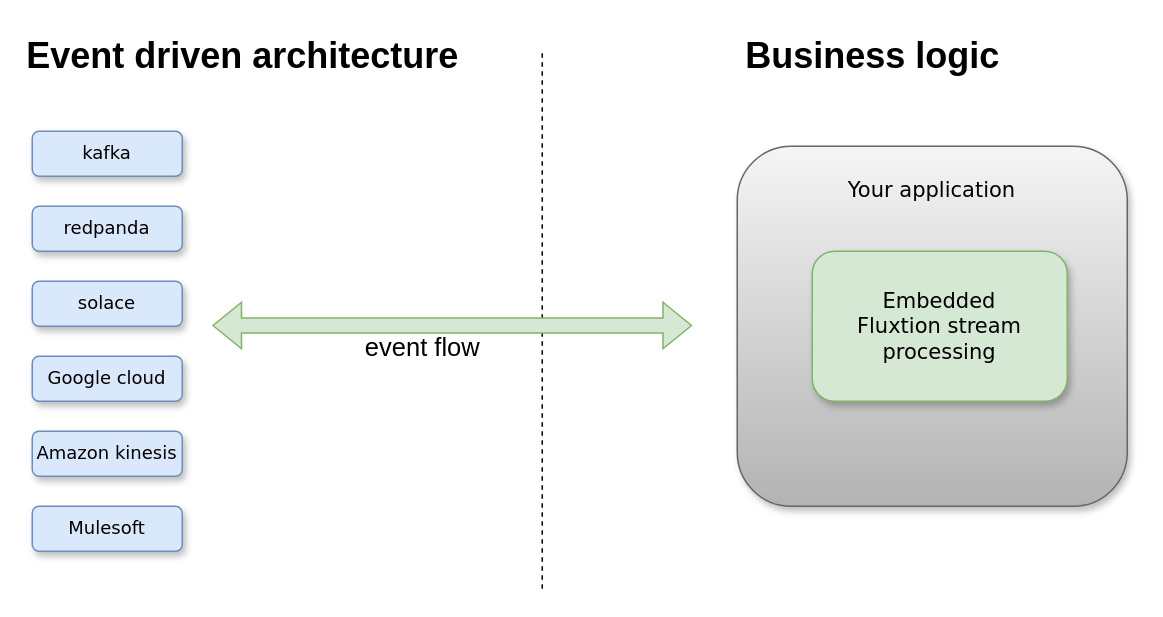
Above: page "embedding-fluxtion" (5 of 5) of docs/images/draw.io/integration_overview.drawio in v12technology/fluxtion (draw.io), before the change. Source tidied: cells renumbered, new cells numbered last; positions are measured from the earlier drawing's top-left corner, leaving out a move shared by most shapes. Both pictures are drawn from the tidied source at 150%, with x=0, y=0 at pixel (32, 26).
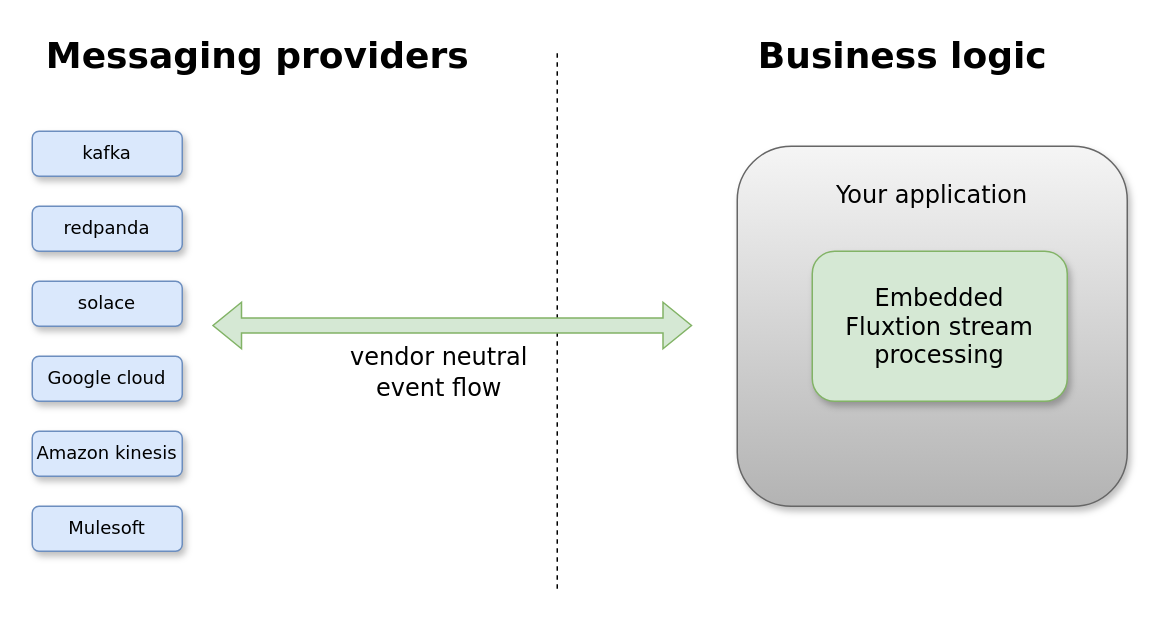
The same diagram, later.

Change to the diagram source:
```diff
@@
 <mxGraphModel>
   <root>
     <mxCell id="0" />
     <mxCell id="1" parent="0" />
     <mxCell id="2" value="kafka" style="rounded=1;whiteSpace=wrap;html=1;fillColor=#dae8fc;strokeColor=#6c8ebf;shadow=1;fontFamily=Verdana;" parent="1" vertex="1">
       <mxGeometry y="70" width="100" height="30" as="geometry" />
     </mxCell>
     <mxCell id="3" value="redpanda" style="rounded=1;whiteSpace=wrap;html=1;fillColor=#dae8fc;strokeColor=#6c8ebf;shadow=1;fontFamily=Verdana;" parent="1" vertex="1">
       <mxGeometry y="120" width="100" height="30" as="geometry" />
     </mxCell>
     <mxCell id="4" value="solace" style="rounded=1;whiteSpace=wrap;html=1;fillColor=#dae8fc;strokeColor=#6c8ebf;shadow=1;fontFamily=Verdana;" parent="1" vertex="1">
       <mxGeometry y="170" width="100" height="30" as="geometry" />
     </mxCell>
     <mxCell id="5" value="Google cloud" style="rounded=1;whiteSpace=wrap;html=1;fillColor=#dae8fc;strokeColor=#6c8ebf;shadow=1;fontFamily=Verdana;" parent="1" vertex="1">
       <mxGeometry y="220" width="100" height="30" as="geometry" />
     </mxCell>
-    <mxCell id="6" value="Event driven architecture" style="text;strokeColor=none;fillColor=none;html=1;fontSize=24;fontStyle=1;verticalAlign=middle;align=center;" parent="1" vertex="1">
-      <mxGeometry x="90" width="100" height="40" as="geometry" />
+    <mxCell id="6" value="&lt;font face=&quot;Verdana&quot;&gt;Messaging providers&lt;/font&gt;" style="text;strokeColor=none;fillColor=none;html=1;fontSize=24;fontStyle=1;verticalAlign=middle;align=center;" parent="1" vertex="1">
+      <mxGeometry x="100" width="100" height="40" as="geometry" />
     </mxCell>
-    <mxCell id="7" value="Business logic" style="text;strokeColor=none;fillColor=none;html=1;fontSize=24;fontStyle=1;verticalAlign=middle;align=center;" parent="1" vertex="1">
-      <mxGeometry x="510" width="100" height="40" as="geometry" />
+    <mxCell id="7" value="&lt;font face=&quot;Verdana&quot;&gt;Business logic&lt;/font&gt;" style="text;strokeColor=none;fillColor=none;html=1;fontSize=24;fontStyle=1;verticalAlign=middle;align=center;" parent="1" vertex="1">
+      <mxGeometry x="530" width="100" height="40" as="geometry" />
     </mxCell>
     <mxCell id="8" style="endArrow=none;dashed=1;html=1;rounded=0;" parent="1" edge="1">
       <mxGeometry relative="1" as="geometry">
-        <mxPoint x="340" y="375" as="sourcePoint" />
-        <mxPoint x="340" y="15" as="targetPoint" />
+        <mxPoint x="350" y="375" as="sourcePoint" />
+        <mxPoint x="350" y="15" as="targetPoint" />
       </mxGeometry>
     </mxCell>
     <mxCell id="9" value="Amazon kinesis" style="rounded=1;whiteSpace=wrap;html=1;fillColor=#dae8fc;strokeColor=#6c8ebf;shadow=1;fontFamily=Verdana;" parent="1" vertex="1">
       <mxGeometry y="270" width="100" height="30" as="geometry" />
     </mxCell>
     <mxCell id="10" value="Mulesoft" style="rounded=1;whiteSpace=wrap;html=1;fillColor=#dae8fc;strokeColor=#6c8ebf;shadow=1;fontFamily=Verdana;" parent="1" vertex="1">
       <mxGeometry y="320" width="100" height="30" as="geometry" />
     </mxCell>
     <mxCell id="11" style="shape=flexArrow;endArrow=classic;startArrow=classic;html=1;rounded=0;fillColor=#d5e8d4;strokeColor=#82b366;" parent="1" edge="1">
       <mxGeometry relative="1" as="geometry">
         <mxPoint x="120" y="199.5" as="sourcePoint" />
         <mxPoint x="440" y="199.5" as="targetPoint" />
       </mxGeometry>
     </mxCell>
-    <mxCell id="12" value="&lt;font style=&quot;font-size: 17px;&quot;&gt;event flow&lt;/font&gt;" style="edgeLabel;html=1;align=center;verticalAlign=middle;fontSize=17;labelBackgroundColor=none;fontStyle=0;" parent="11" vertex="1">
+    <mxCell id="12" value="&lt;font face=&quot;Verdana&quot; style=&quot;font-size: 16px;&quot;&gt;vendor neutral &lt;br&gt;event flow&lt;/font&gt;" style="edgeLabel;html=1;align=center;verticalAlign=middle;fontSize=17;labelBackgroundColor=none;fontStyle=0;" parent="11" vertex="1">
       <mxGeometry x="-0.13" y="4" relative="1" as="geometry">
-        <mxPoint y="19" as="offset" />
+        <mxPoint x="11" y="35" as="offset" />
       </mxGeometry>
     </mxCell>
-    <mxCell id="13" value="&lt;h3 style=&quot;font-size: 14px;&quot;&gt;&lt;span style=&quot;background-color: initial; font-size: 14px; font-weight: normal;&quot;&gt;Your application&lt;/span&gt;&lt;/h3&gt;" style="rounded=1;whiteSpace=wrap;html=1;shadow=1;fontFamily=Verdana;fillColor=#f5f5f5;strokeColor=#666666;align=center;horizontal=1;verticalAlign=top;gradientColor=#b3b3b3;fontSize=14;fontStyle=0;" parent="1" vertex="1">
+    <mxCell id="13" value="&lt;h3 style=&quot;&quot;&gt;&lt;span style=&quot;background-color: initial; font-weight: normal;&quot;&gt;&lt;font style=&quot;font-size: 16px;&quot;&gt;Your application&lt;/font&gt;&lt;/span&gt;&lt;/h3&gt;" style="rounded=1;whiteSpace=wrap;html=1;shadow=1;fontFamily=Verdana;fillColor=#f5f5f5;strokeColor=#666666;align=center;horizontal=1;verticalAlign=top;gradientColor=#b3b3b3;fontSize=14;fontStyle=0;" parent="1" vertex="1">
       <mxGeometry x="470" y="80" width="260" height="240" as="geometry" />
     </mxCell>
-    <mxCell id="14" value="&lt;font style=&quot;font-size: 14px;&quot;&gt;Embedded&lt;br style=&quot;font-size: 14px;&quot;&gt;Fluxtion stream processing&lt;/font&gt;" style="rounded=1;whiteSpace=wrap;html=1;fillColor=#d5e8d4;strokeColor=#82b366;shadow=1;fontFamily=Verdana;fontSize=14;" parent="1" vertex="1">
+    <mxCell id="14" value="&lt;font style=&quot;font-size: 16px;&quot;&gt;Embedded&lt;br style=&quot;&quot;&gt;Fluxtion stream processing&lt;/font&gt;" style="rounded=1;whiteSpace=wrap;html=1;fillColor=#d5e8d4;strokeColor=#82b366;shadow=1;fontFamily=Verdana;fontSize=14;" parent="1" vertex="1">
       <mxGeometry x="520" y="150" width="170" height="100" as="geometry" />
     </mxCell>
   </root>
 </mxGraphModel>
```
